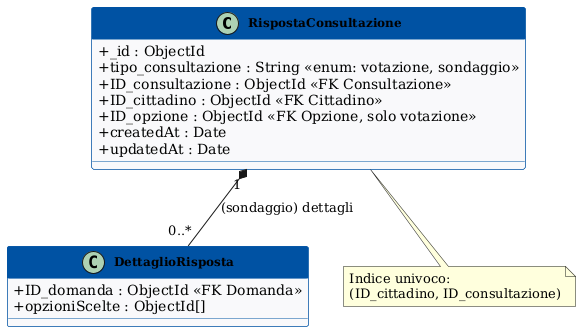
Before: deliverable_3/diagrams/RispostaConsultazione.png, a diagram exported from PlantUML (ErnestoBeltrami/Ingegneria_Software).
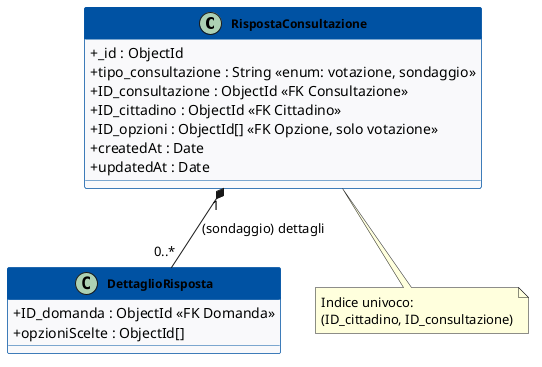
Later version of the same file.

Diff of the diagram source:
```diff
@@ -13,7 +13,7 @@
   + tipo_consultazione : String <<enum: votazione, sondaggio>>
   + ID_consultazione : ObjectId <<FK Consultazione>>
   + ID_cittadino : ObjectId <<FK Cittadino>>
-  + ID_opzione : ObjectId <<FK Opzione, solo votazione>>
+  + ID_opzioni : ObjectId[] <<FK Opzione, solo votazione>>
   + createdAt : Date
   + updatedAt : Date
 }
```
